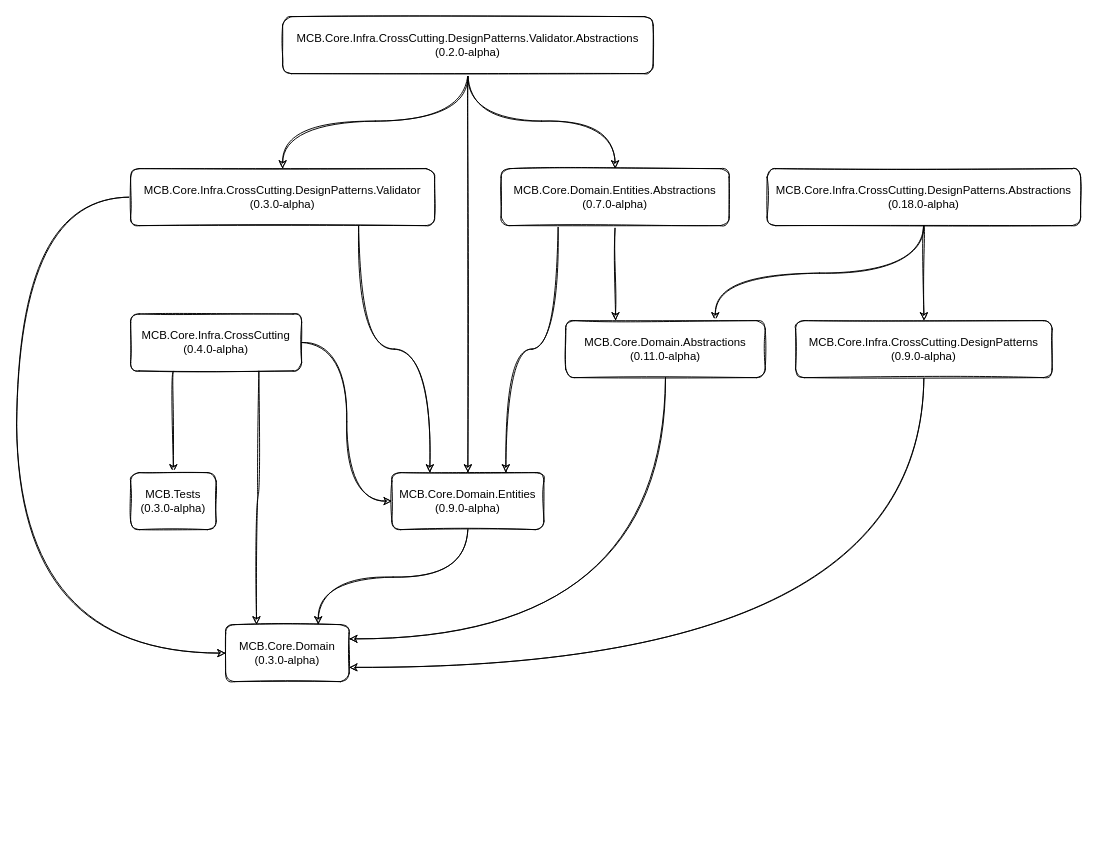
This is Core/diagrams/core-overview.drawio from MarceloCas/Docs, a draw.io file, before an edit. Source tidied: cells renumbered, new cells numbered last; positions are measured from the earlier drawing's top-left corner, leaving out a move shared by most shapes. Both pictures are drawn from the tidied source at 95%, with x=0, y=0 at pixel (16, 16).
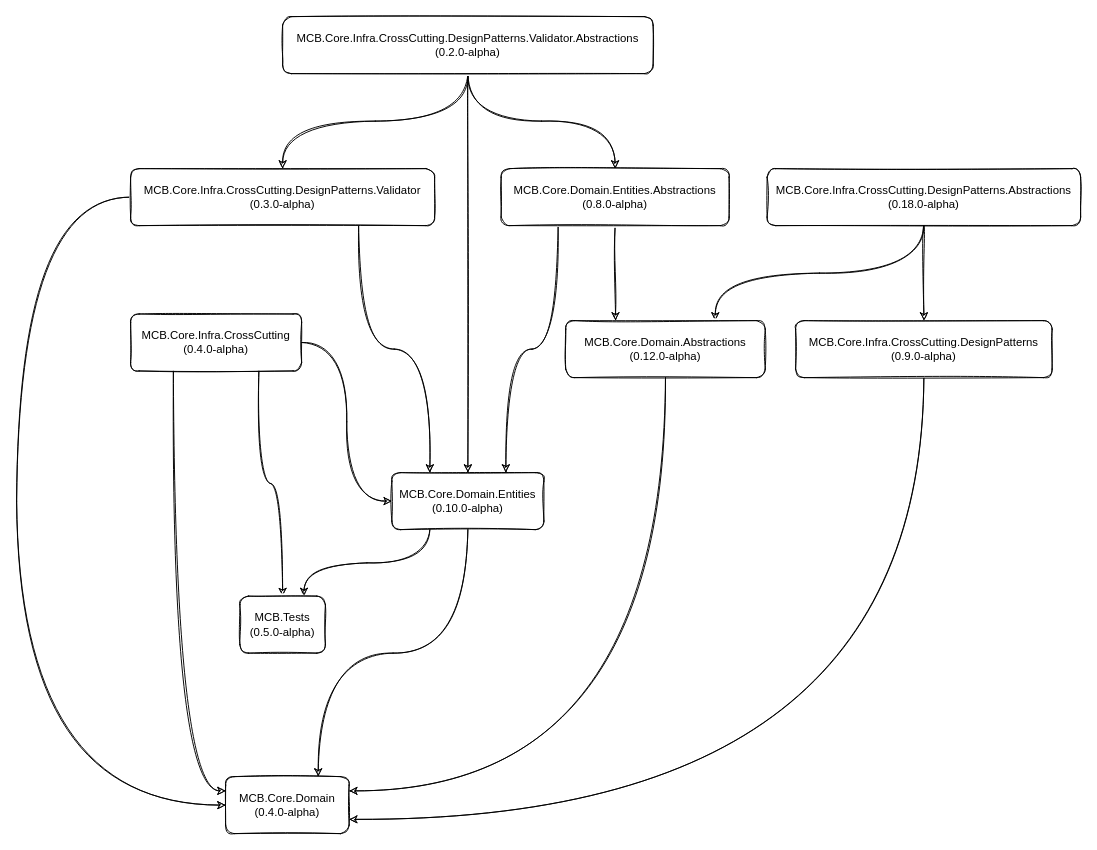
Above is the later version.

Commit message (it also covers changes not shown here):
doc: update diagram core-overview

Unchanged cells that the change refers to:
```xml
<mxCell id="5" value="MCB.Core.Infra.CrossCutting&lt;br&gt;(0.4.0-alpha)" style="rounded=1;whiteSpace=wrap;html=1;sketch=1;" parent="1" vertex="1">
  <mxGeometry x="120" y="313" width="180" height="60" as="geometry" />
</mxCell>
<mxCell id="17" value="MCB.Core.Infra.CrossCutting.DesignPatterns.Validator&lt;br&gt;(0.3.0-alpha)" style="rounded=1;whiteSpace=wrap;html=1;sketch=1;" parent="1" vertex="1">
  <mxGeometry x="120" y="160" width="320" height="60" as="geometry" />
</mxCell>
```

Diff of the diagram source:
```diff
@@
-    <mxCell id="2" style="edgeStyle=orthogonalEdgeStyle;rounded=1;jettySize=auto;html=1;exitX=0.25;exitY=1;exitDx=0;exitDy=0;sketch=1;curved=1;" parent="1" edge="1" source="5" target="26">
+    <mxCell id="2" style="edgeStyle=orthogonalEdgeStyle;rounded=1;jettySize=auto;html=1;exitX=0.75;exitY=1;exitDx=0;exitDy=0;sketch=1;curved=1;" parent="1" edge="1" source="5" target="26">
       <mxGeometry relative="1" as="geometry" />
     </mxCell>
-    <mxCell id="3" style="edgeStyle=orthogonalEdgeStyle;rounded=1;jettySize=auto;html=1;exitX=0.75;exitY=1;exitDx=0;exitDy=0;entryX=0.25;entryY=0;entryDx=0;entryDy=0;sketch=1;curved=1;" parent="1" edge="1" source="5" target="23">
+    <mxCell id="3" style="edgeStyle=orthogonalEdgeStyle;rounded=1;jettySize=auto;html=1;exitX=0.25;exitY=1;exitDx=0;exitDy=0;entryX=0;entryY=0.25;entryDx=0;entryDy=0;sketch=1;curved=1;" parent="1" edge="1" source="5" target="23">
       <mxGeometry relative="1" as="geometry" />
     </mxCell>
@@
     <mxCell id="16" style="edgeStyle=orthogonalEdgeStyle;rounded=1;jettySize=auto;html=1;exitX=0;exitY=0.5;exitDx=0;exitDy=0;entryX=0;entryY=0.5;entryDx=0;entryDy=0;sketch=1;curved=1;" parent="1" edge="1" source="17" target="23">
       <mxGeometry relative="1" as="geometry">
         <Array as="points">
           <mxPoint y="190" />
-          <mxPoint y="670" />
+          <mxPoint y="830" />
         </Array>
       </mxGeometry>
     </mxCell>
@@
-    <mxCell id="19" style="edgeStyle=orthogonalEdgeStyle;curved=1;rounded=1;sketch=1;jettySize=auto;html=1;exitX=0.25;exitY=1;exitDx=0;exitDy=0;entryX=0.75;entryY=0;entryDx=0;entryDy=0;" parent="1" edge="1" source="20" target="25">
+    <mxCell id="19" style="edgeStyle=orthogonalEdgeStyle;rounded=1;jettySize=auto;html=1;exitX=0.25;exitY=1;exitDx=0;exitDy=0;entryX=0.75;entryY=0;entryDx=0;entryDy=0;sketch=1;curved=1;" parent="1" edge="1" source="20" target="25">
       <mxGeometry relative="1" as="geometry" />
     </mxCell>
-    <mxCell id="20" value="MCB.Core.Domain.Entities.Abstractions&lt;br&gt;(0.7.0-alpha)" style="rounded=1;whiteSpace=wrap;html=1;sketch=1;" parent="1" vertex="1">
+    <mxCell id="20" value="MCB.Core.Domain.Entities.Abstractions&lt;br&gt;(0.8.0-alpha)" style="rounded=1;whiteSpace=wrap;html=1;sketch=1;" parent="1" vertex="1">
       <mxGeometry x="510" y="160" width="240" height="60" as="geometry" />
     </mxCell>
@@
-    <mxCell id="22" value="MCB.Core.Domain.Abstractions&lt;br&gt;(0.11.0-alpha)" style="rounded=1;whiteSpace=wrap;html=1;sketch=1;" parent="1" vertex="1">
+    <mxCell id="22" value="MCB.Core.Domain.Abstractions&lt;br&gt;(0.12.0-alpha)" style="rounded=1;whiteSpace=wrap;html=1;sketch=1;" parent="1" vertex="1">
       <mxGeometry x="578" y="320" width="210" height="60" as="geometry" />
     </mxCell>
-    <mxCell id="23" value="MCB.Core.Domain&lt;br&gt;(0.3.0-alpha)" style="rounded=1;whiteSpace=wrap;html=1;sketch=1;" parent="1" vertex="1">
-      <mxGeometry x="220" y="640" width="130" height="60" as="geometry" />
+    <mxCell id="23" value="MCB.Core.Domain&lt;br&gt;(0.4.0-alpha)" style="rounded=1;whiteSpace=wrap;html=1;sketch=1;" parent="1" vertex="1">
+      <mxGeometry x="220" y="800" width="130" height="60" as="geometry" />
     </mxCell>
@@
+    <mxCell id="27" style="edgeStyle=orthogonalEdgeStyle;rounded=1;jettySize=auto;html=1;exitX=0.25;exitY=1;exitDx=0;exitDy=0;entryX=0.75;entryY=0;entryDx=0;entryDy=0;sketch=1;curved=1;" parent="1" edge="1" source="25" target="26">
+      <mxGeometry relative="1" as="geometry" />
+    </mxCell>
-    <mxCell id="25" value="MCB.Core.Domain.Entities&lt;br&gt;(0.9.0-alpha)" style="rounded=1;whiteSpace=wrap;html=1;sketch=1;" parent="1" vertex="1">
+    <mxCell id="25" value="MCB.Core.Domain.Entities&lt;br&gt;(0.10.0-alpha)" style="rounded=1;whiteSpace=wrap;html=1;sketch=1;" parent="1" vertex="1">
       <mxGeometry x="395" y="480" width="160" height="60" as="geometry" />
     </mxCell>
-    <mxCell id="26" value="MCB.Tests&lt;br&gt;(0.3.0-alpha)" style="rounded=1;whiteSpace=wrap;html=1;sketch=1;" parent="1" vertex="1">
-      <mxGeometry x="120" y="480" width="90" height="60" as="geometry" />
+    <mxCell id="26" value="MCB.Tests&lt;br&gt;(0.5.0-alpha)" style="rounded=1;whiteSpace=wrap;html=1;sketch=1;" parent="1" vertex="1">
+      <mxGeometry x="235" y="610" width="90" height="60" as="geometry" />
     </mxCell>
```
